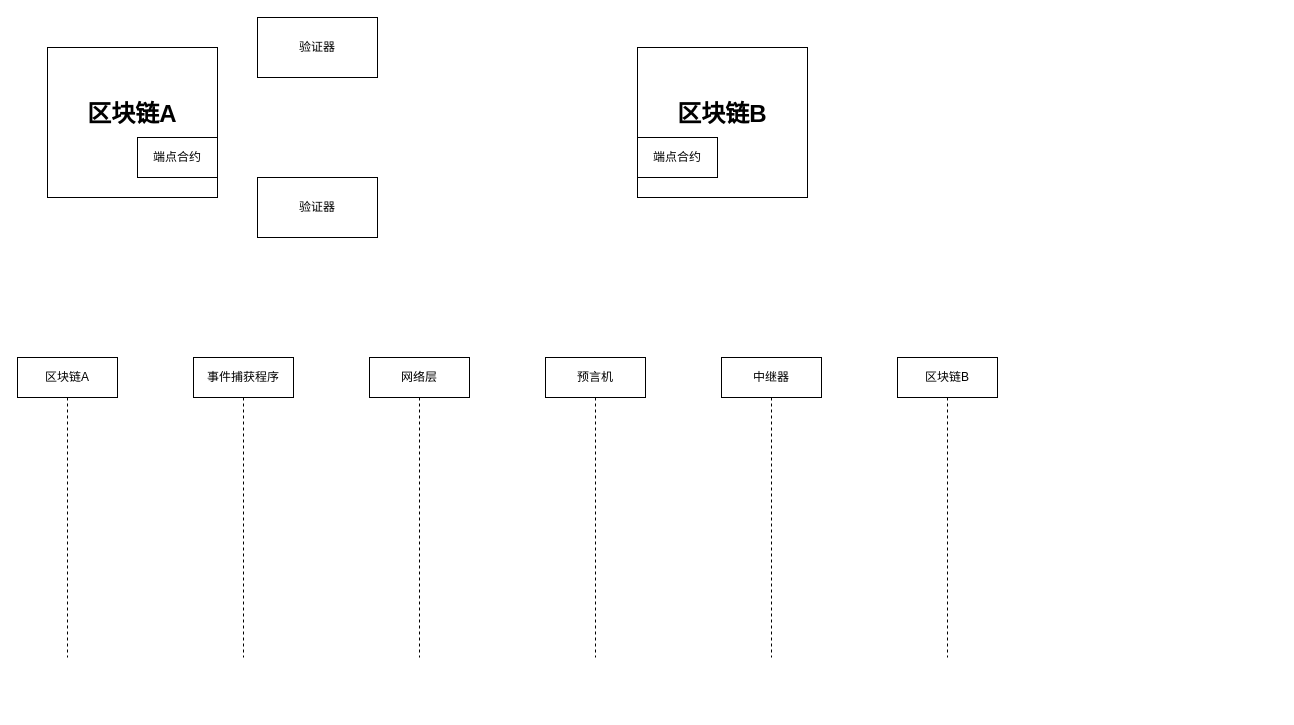
Earlier version of the draw.io diagram layerZero.drawio (ForLina/sxc_contract). Source tidied: cells renumbered, new cells numbered last; positions are measured from the earlier drawing's top-left corner, leaving out a move shared by most shapes. Both pictures are drawn from the tidied source at 100%, with x=0, y=0 at pixel (17, 17).
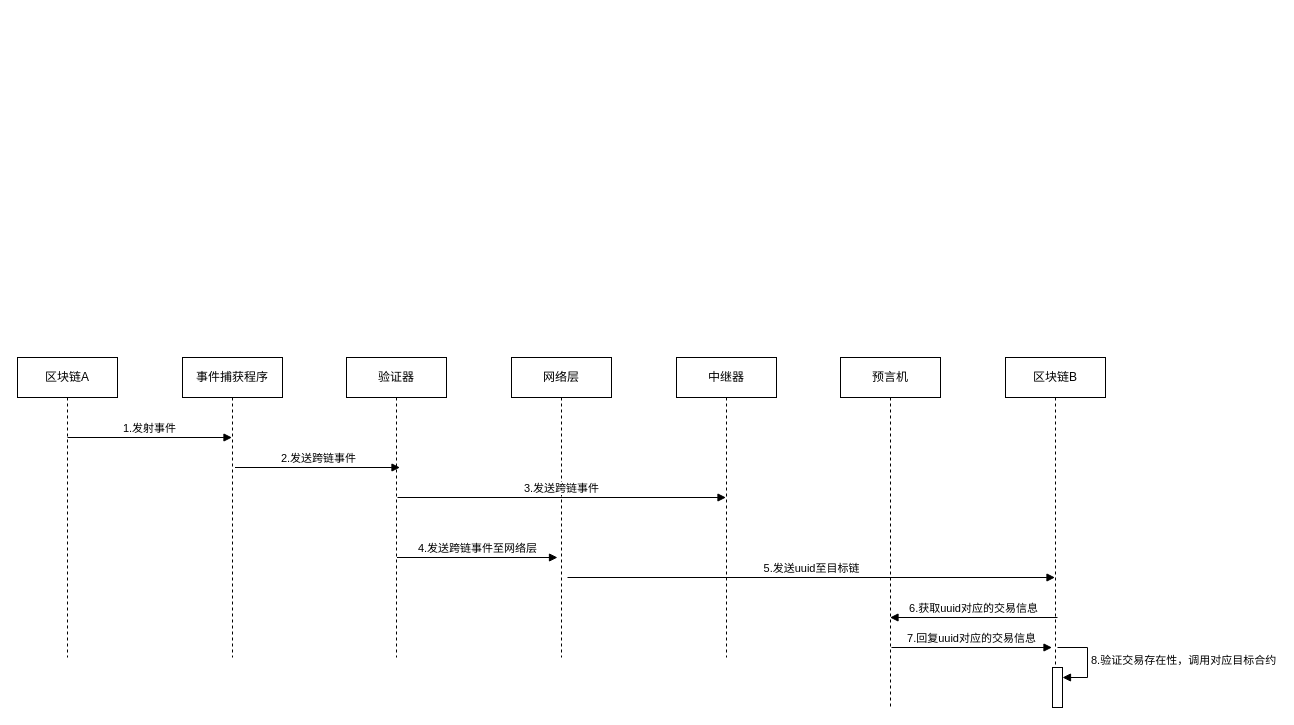
The same diagram, later.

What changed in the source:
```diff
@@
-    <mxCell id="2" style="group;" parent="1" vertex="1">
-      <mxGeometry x="30" y="70" width="170" height="110" as="geometry" />
-    </mxCell>
-    <mxCell id="3" value="&lt;h1 style=&quot;margin-top: 0px;&quot;&gt;区块链A&lt;/h1&gt;" style="rounded=0;whiteSpace=wrap;html=1;align=center;" parent="2" vertex="1">
-      <mxGeometry y="-40" width="170" height="150" as="geometry" />
-    </mxCell>
-    <mxCell id="4" value="端点合约" style="rounded=0;whiteSpace=wrap;html=1;" parent="2" vertex="1">
-      <mxGeometry x="90" y="50" width="80" height="40" as="geometry" />
-    </mxCell>
-    <mxCell id="5" style="group;" parent="1" vertex="1">
-      <mxGeometry x="620" y="70" width="170" height="110" as="geometry" />
-    </mxCell>
-    <mxCell id="6" value="&lt;h1 style=&quot;margin-top: 0px;&quot;&gt;区块链B&lt;/h1&gt;" style="rounded=0;whiteSpace=wrap;html=1;align=center;" parent="5" vertex="1">
-      <mxGeometry y="-40" width="170" height="150" as="geometry" />
-    </mxCell>
-    <mxCell id="7" value="端点合约" style="rounded=0;whiteSpace=wrap;html=1;" parent="5" vertex="1">
-      <mxGeometry y="50" width="80" height="40" as="geometry" />
-    </mxCell>
-    <mxCell id="8" value="验证器" style="rounded=0;whiteSpace=wrap;html=1;" parent="1" vertex="1">
-      <mxGeometry x="240" y="160" width="120" height="60" as="geometry" />
-    </mxCell>
-    <mxCell id="9" value="验证器" style="rounded=0;whiteSpace=wrap;html=1;" parent="1" vertex="1">
-      <mxGeometry x="240" width="120" height="60" as="geometry" />
-    </mxCell>
@@
     <mxCell id="11" value="事件捕获程序" style="shape=umlLifeline;perimeter=lifelinePerimeter;whiteSpace=wrap;html=1;outlineConnect=0;portConstraint=eastwest;newEdgeStyle={&quot;curved&quot;:0,&quot;rounded&quot;:0};" parent="1" vertex="1">
-      <mxGeometry x="176" y="340" width="100" height="300" as="geometry" />
+      <mxGeometry x="165" y="340" width="100" height="300" as="geometry" />
     </mxCell>
     <mxCell id="12" value="网络层" style="shape=umlLifeline;perimeter=lifelinePerimeter;whiteSpace=wrap;html=1;newEdgeStyle={&quot;curved&quot;:0,&quot;rounded&quot;:0};" parent="1" vertex="1">
-      <mxGeometry x="352" y="340" width="100" height="300" as="geometry" />
+      <mxGeometry x="494" y="340" width="100" height="300" as="geometry" />
     </mxCell>
     <mxCell id="13" value="预言机" style="shape=umlLifeline;perimeter=lifelinePerimeter;whiteSpace=wrap;html=1;outlineConnect=0;portConstraint=eastwest;newEdgeStyle={&quot;curved&quot;:0,&quot;rounded&quot;:0};" parent="1" vertex="1">
-      <mxGeometry x="528" y="340" width="100" height="300" as="geometry" />
+      <mxGeometry x="823" y="340" width="100" height="350" as="geometry" />
     </mxCell>
     <mxCell id="14" value="中继器" style="shape=umlLifeline;perimeter=lifelinePerimeter;whiteSpace=wrap;html=1;outlineConnect=0;portConstraint=eastwest;newEdgeStyle={&quot;curved&quot;:0,&quot;rounded&quot;:0};" parent="1" vertex="1">
-      <mxGeometry x="704" y="340" width="100" height="300" as="geometry" />
+      <mxGeometry x="659" y="340" width="100" height="300" as="geometry" />
     </mxCell>
     <mxCell id="15" value="区块链B" style="shape=umlLifeline;perimeter=lifelinePerimeter;whiteSpace=wrap;html=1;outlineConnect=0;portConstraint=eastwest;newEdgeStyle={&quot;curved&quot;:0,&quot;rounded&quot;:0};" parent="1" vertex="1">
-      <mxGeometry x="880" y="340" width="100" height="300" as="geometry" />
+      <mxGeometry x="988" y="340" width="100" height="350" as="geometry" />
     </mxCell>
+    <mxCell id="16" style="html=1;points=[[0,0,0,0,5],[0,1,0,0,-5],[1,0,0,0,5],[1,1,0,0,-5]];perimeter=orthogonalPerimeter;outlineConnect=0;targetShapes=umlLifeline;portConstraint=eastwest;newEdgeStyle={&quot;curved&quot;:0,&quot;rounded&quot;:0};" parent="15" vertex="1">
+      <mxGeometry x="47" y="310" width="10" height="40" as="geometry" />
+    </mxCell>
+    <mxCell id="17" value="8.验证交易存在性，调用对应目标合约" style="html=1;align=left;spacingLeft=2;endArrow=block;rounded=0;edgeStyle=orthogonalEdgeStyle;curved=0;rounded=0;" parent="15" edge="1" target="16">
+      <mxGeometry relative="1" as="geometry">
+        <mxPoint x="52" y="290" as="sourcePoint" />
+        <Array as="points">
+          <mxPoint x="82" y="320" />
+        </Array>
+      </mxGeometry>
+    </mxCell>
+    <mxCell id="18" value="1.发射事件" style="html=1;verticalAlign=bottom;endArrow=block;curved=0;rounded=0;" parent="1" edge="1" target="11">
+      <mxGeometry relative="1" as="geometry">
+        <mxPoint x="50" y="420" as="sourcePoint" />
+      </mxGeometry>
+    </mxCell>
+    <mxCell id="19" value="验证器" style="shape=umlLifeline;perimeter=lifelinePerimeter;whiteSpace=wrap;html=1;newEdgeStyle={&quot;curved&quot;:0,&quot;rounded&quot;:0};" parent="1" vertex="1">
+      <mxGeometry x="329" y="340" width="100" height="300" as="geometry" />
+    </mxCell>
+    <mxCell id="20" value="2.发送跨链事件" style="html=1;verticalAlign=bottom;endArrow=block;curved=0;rounded=0;" parent="1" edge="1">
+      <mxGeometry relative="1" as="geometry">
+        <mxPoint x="217.5" y="450" as="sourcePoint" />
+        <mxPoint x="382.5" y="450" as="targetPoint" />
+      </mxGeometry>
+    </mxCell>
+    <mxCell id="21" value="3.发送跨链事件" style="html=1;verticalAlign=bottom;endArrow=block;curved=0;rounded=0;" parent="1" edge="1" target="14">
+      <mxGeometry relative="1" as="geometry">
+        <mxPoint x="380" y="480" as="sourcePoint" />
+      </mxGeometry>
+    </mxCell>
+    <mxCell id="22" value="4.发送跨链事件至网络层" style="html=1;verticalAlign=bottom;endArrow=block;curved=0;rounded=0;" parent="1" edge="1">
+      <mxGeometry relative="1" as="geometry">
+        <mxPoint x="379.5" y="540" as="sourcePoint" />
+        <mxPoint x="540" y="540" as="targetPoint" />
+      </mxGeometry>
+    </mxCell>
+    <mxCell id="23" value="5.发送uuid至目标链" style="html=1;verticalAlign=bottom;endArrow=block;curved=0;rounded=0;" parent="1" edge="1" target="15">
+      <mxGeometry relative="1" as="geometry">
+        <mxPoint x="550" y="560" as="sourcePoint" />
+      </mxGeometry>
+    </mxCell>
+    <mxCell id="24" value="6.获取uuid对应的交易信息" style="html=1;verticalAlign=bottom;endArrow=block;curved=0;rounded=0;" parent="1" edge="1" target="13">
+      <mxGeometry relative="1" as="geometry">
+        <mxPoint x="1040" y="600" as="sourcePoint" />
+      </mxGeometry>
+    </mxCell>
+    <mxCell id="25" value="7.回复uuid对应的交易信息" style="html=1;verticalAlign=bottom;endArrow=block;curved=0;rounded=0;" parent="1" edge="1">
+      <mxGeometry relative="1" as="geometry">
+        <mxPoint x="874" y="630" as="sourcePoint" />
+        <mxPoint x="1034.5" y="630" as="targetPoint" />
+      </mxGeometry>
+    </mxCell>
```
